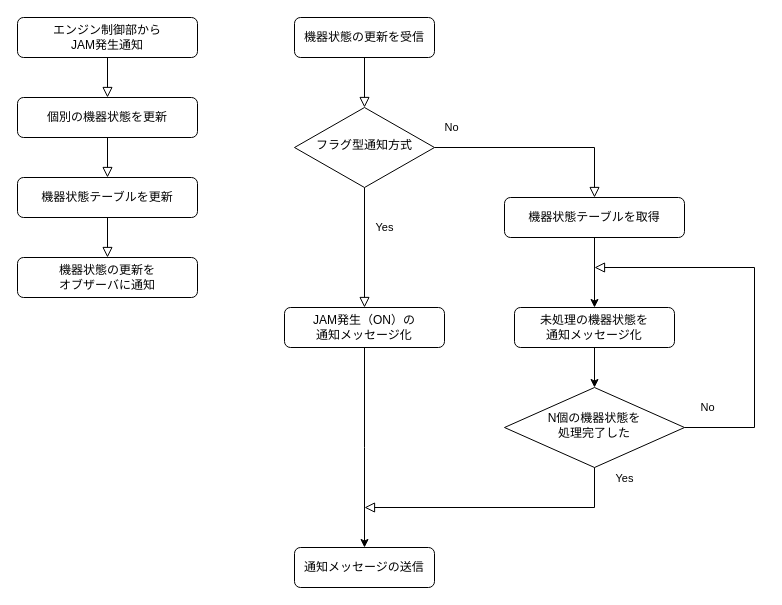
Before: Untitled Diagram.drawio in YuzuruNaganuma/hello-world, a draw.io diagram. Source tidied: cells renumbered, new cells numbered last; positions are measured from the earlier drawing's top-left corner, leaving out a move shared by most shapes. Both pictures are drawn from the tidied source at 100%, with x=0, y=0 at pixel (17, 17).
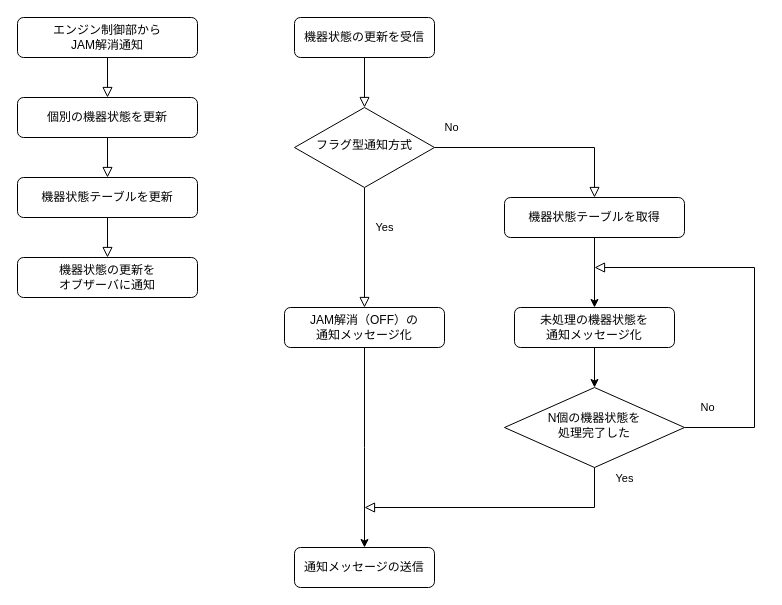
After the change.

Change to the diagram source:
```diff
@@
-    <mxCell id="3" value="エンジン制御部から&lt;div&gt;JAM発生通知&lt;/div&gt;" style="rounded=1;whiteSpace=wrap;html=1;fontSize=12;glass=0;strokeWidth=1;shadow=0;" parent="1" vertex="1">
+    <mxCell id="3" value="エンジン制御部から&lt;div&gt;JAM解消通知&lt;/div&gt;" style="rounded=1;whiteSpace=wrap;html=1;fontSize=12;glass=0;strokeWidth=1;shadow=0;" parent="1" vertex="1">
       <mxGeometry width="180" height="40" as="geometry" />
     </mxCell>
@@
-    <mxCell id="7" value="JAM発生（ON）の&lt;div&gt;通知メッセージ化&lt;/div&gt;" style="rounded=1;whiteSpace=wrap;html=1;fontSize=12;glass=0;strokeWidth=1;shadow=0;" parent="1" vertex="1">
+    <mxCell id="7" value="JAM解消（OFF）の&lt;div&gt;通知メッセージ化&lt;/div&gt;" style="rounded=1;whiteSpace=wrap;html=1;fontSize=12;glass=0;strokeWidth=1;shadow=0;" parent="1" vertex="1">
       <mxGeometry x="267" y="290" width="160" height="40" as="geometry" />
     </mxCell>
```
